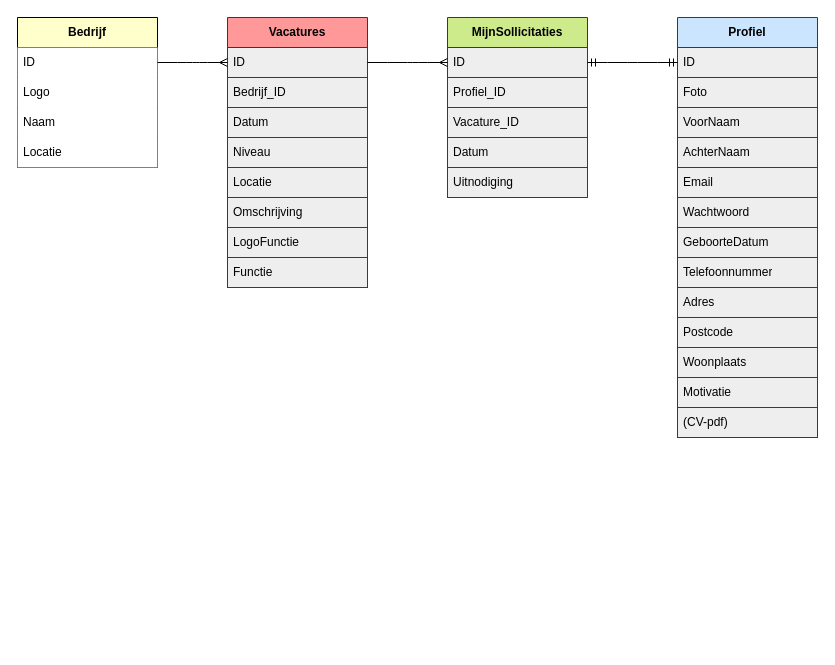
Before: documents/Design/VAC-ERD-Uitgewerkt-gegevensmodel-AS-v1.drawio in AaronSaya/educom-symfony-1690191754, a draw.io diagram. Source tidied: cells renumbered, new cells numbered last; positions are measured from the earlier drawing's top-left corner, leaving out a move shared by most shapes. Both pictures are drawn from the tidied source at 100%, with x=0, y=0 at pixel (17, 17).
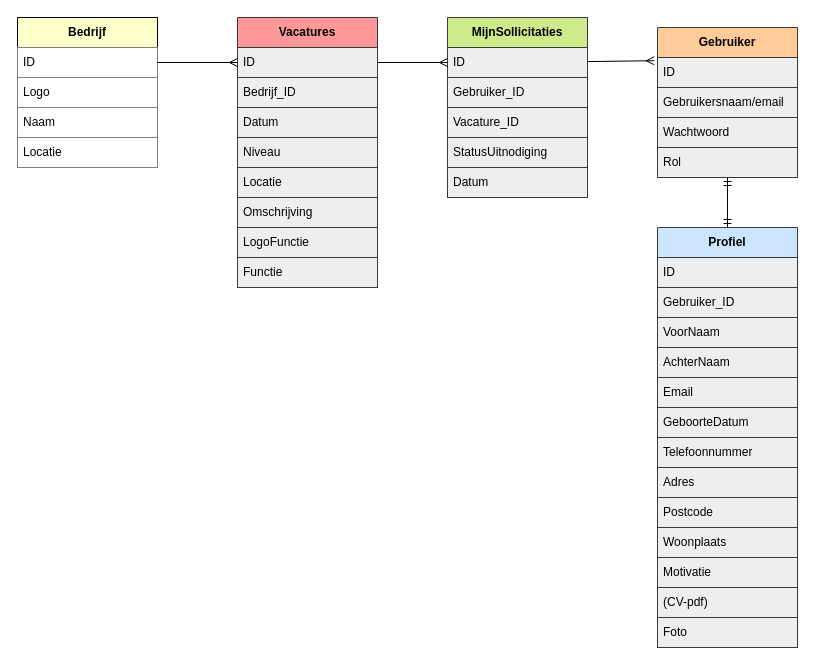
The same diagram, later.

Commit message (it also covers changes not shown here):
Gegevensmodel maken #2

The change refers to these unchanged cells:
```xml
<mxCell id="2" value="Bedrijf" style="swimlane;fontStyle=1;horizontal=1;startSize=30;whiteSpace=wrap;html=1;labelBackgroundColor=none;labelBorderColor=none;fontColor=#000000;rounded=0;arcSize=50;fillColor=#FFFFCC;" parent="1" vertex="1">
  <mxGeometry width="140" height="150" as="geometry" />
</mxCell>
<mxCell id="8" value="ID" style="text;strokeColor=#36393d;fillColor=#eeeeee;align=left;verticalAlign=middle;spacingLeft=4;spacingRight=4;overflow=hidden;points=[[0,0.5],[1,0.5]];portConstraint=eastwest;whiteSpace=wrap;html=1;rounded=0;labelBackgroundColor=none;labelBorderColor=none;fontColor=#000000;" parent="7" vertex="1">
  <mxGeometry y="30" width="140" height="30" as="geometry" />
</mxCell>
<mxCell id="22" value="ID" style="text;strokeColor=#36393d;fillColor=#eeeeee;align=left;verticalAlign=middle;spacingLeft=4;spacingRight=4;overflow=hidden;points=[[0,0.5],[1,0.5]];portConstraint=eastwest;whiteSpace=wrap;html=1;rounded=0;labelBackgroundColor=none;labelBorderColor=none;fontColor=#000000;" parent="21" vertex="1">
  <mxGeometry y="30" width="140" height="30" as="geometry" />
</mxCell>
<mxCell id="30" value="MijnSollicitaties" style="swimlane;fontStyle=1;horizontal=1;startSize=30;whiteSpace=wrap;html=1;rounded=0;labelBackgroundColor=none;labelBorderColor=none;fillColor=#cdeb8b;strokeColor=#36393d;fontColor=#000000;" parent="1" vertex="1">
  <mxGeometry x="430" width="140" height="180" as="geometry" />
</mxCell>
<mxCell id="31" value="ID" style="text;strokeColor=#36393d;fillColor=#eeeeee;align=left;verticalAlign=middle;spacingLeft=4;spacingRight=4;overflow=hidden;points=[[0,0.5],[1,0.5]];portConstraint=eastwest;whiteSpace=wrap;html=1;rounded=0;labelBackgroundColor=none;labelBorderColor=none;fontColor=#000000;" parent="30" vertex="1">
  <mxGeometry y="30" width="140" height="30" as="geometry" />
</mxCell>
```

Diff of the diagram source:
```diff
@@
-    <mxCell id="3" value="ID" style="text;strokeColor=none;fillColor=#FFFFFF;align=left;verticalAlign=middle;spacingLeft=4;spacingRight=4;overflow=hidden;points=[[0,0.5],[1,0.5]];portConstraint=eastwest;whiteSpace=wrap;html=1;labelBackgroundColor=none;labelBorderColor=none;rounded=0;fontColor=#000000;" parent="2" vertex="1">
+    <mxCell id="3" value="ID" style="text;strokeColor=#808080;fillColor=#FFFFFF;align=left;verticalAlign=middle;spacingLeft=4;spacingRight=4;overflow=hidden;points=[[0,0.5],[1,0.5]];portConstraint=eastwest;whiteSpace=wrap;html=1;labelBackgroundColor=none;labelBorderColor=none;rounded=0;fontColor=#000000;" parent="2" vertex="1">
       <mxGeometry y="30" width="140" height="30" as="geometry" />
     </mxCell>
-    <mxCell id="4" value="Logo" style="text;strokeColor=none;fillColor=#FFFFFF;align=left;verticalAlign=middle;spacingLeft=4;spacingRight=4;overflow=hidden;whiteSpace=wrap;html=1;labelBackgroundColor=none;labelBorderColor=none;fontColor=#000000;" parent="2" vertex="1">
+    <mxCell id="4" value="Logo" style="text;strokeColor=#808080;fillColor=#FFFFFF;align=left;verticalAlign=middle;spacingLeft=4;spacingRight=4;overflow=hidden;whiteSpace=wrap;html=1;labelBackgroundColor=none;labelBorderColor=none;fontColor=#000000;" parent="2" vertex="1">
       <mxGeometry y="60" width="140" height="30" as="geometry" />
     </mxCell>
-    <mxCell id="5" value="Naam" style="text;strokeColor=none;fillColor=#FFFFFF;align=left;verticalAlign=middle;spacingLeft=4;spacingRight=4;overflow=hidden;whiteSpace=wrap;html=1;labelBackgroundColor=none;labelBorderColor=none;fontColor=#000000;" parent="2" vertex="1">
+    <mxCell id="5" value="Naam" style="text;strokeColor=#808080;fillColor=#FFFFFF;align=left;verticalAlign=middle;spacingLeft=4;spacingRight=4;overflow=hidden;whiteSpace=wrap;html=1;labelBackgroundColor=none;labelBorderColor=none;fontColor=#000000;" parent="2" vertex="1">
       <mxGeometry y="90" width="140" height="30" as="geometry" />
     </mxCell>
-    <mxCell id="6" value="Locatie" style="text;strokeColor=none;fillColor=#FFFFFF;align=left;verticalAlign=middle;spacingLeft=4;spacingRight=4;overflow=hidden;whiteSpace=wrap;html=1;labelBackgroundColor=none;labelBorderColor=none;fontColor=#000000;" parent="2" vertex="1">
+    <mxCell id="6" value="Locatie" style="text;strokeColor=#808080;fillColor=#FFFFFF;align=left;verticalAlign=middle;spacingLeft=4;spacingRight=4;overflow=hidden;whiteSpace=wrap;html=1;labelBackgroundColor=none;labelBorderColor=none;fontColor=#000000;" parent="2" vertex="1">
       <mxGeometry y="120" width="140" height="30" as="geometry" />
     </mxCell>
     <mxCell id="7" value="Profiel" style="swimlane;fontStyle=1;horizontal=1;startSize=30;whiteSpace=wrap;html=1;rounded=0;labelBackgroundColor=none;labelBorderColor=none;fillColor=#cce5ff;strokeColor=#36393d;fontColor=#000000;" parent="1" vertex="1">
-      <mxGeometry x="660" width="140" height="420" as="geometry" />
+      <mxGeometry x="640" y="210" width="140" height="420" as="geometry" />
     </mxCell>
@@
-    <mxCell id="9" value="Foto" style="text;strokeColor=#36393d;fillColor=#eeeeee;align=left;verticalAlign=middle;spacingLeft=4;spacingRight=4;overflow=hidden;whiteSpace=wrap;html=1;rounded=0;labelBackgroundColor=none;labelBorderColor=none;fontColor=#000000;" parent="7" vertex="1">
+    <mxCell id="9" value="Gebruiker_ID" style="text;strokeColor=#36393d;fillColor=#eeeeee;align=left;verticalAlign=middle;spacingLeft=4;spacingRight=4;overflow=hidden;whiteSpace=wrap;html=1;rounded=0;labelBackgroundColor=none;labelBorderColor=none;fontColor=#000000;" parent="7" vertex="1">
       <mxGeometry y="60" width="140" height="30" as="geometry" />
     </mxCell>
@@
-    <mxCell id="13" value="Wachtwoord" style="text;strokeColor=#36393d;fillColor=#eeeeee;align=left;verticalAlign=middle;spacingLeft=4;spacingRight=4;overflow=hidden;whiteSpace=wrap;html=1;rounded=0;labelBackgroundColor=none;labelBorderColor=none;fontColor=#000000;" parent="7" vertex="1">
-      <mxGeometry y="180" width="140" height="30" as="geometry" />
-    </mxCell>
     <mxCell id="14" value="GeboorteDatum" style="text;strokeColor=#36393d;fillColor=#eeeeee;align=left;verticalAlign=middle;spacingLeft=4;spacingRight=4;overflow=hidden;whiteSpace=wrap;html=1;rounded=0;labelBackgroundColor=none;labelBorderColor=none;fontColor=#000000;" parent="7" vertex="1">
-      <mxGeometry y="210" width="140" height="30" as="geometry" />
+      <mxGeometry y="180" width="140" height="30" as="geometry" />
     </mxCell>
     <mxCell id="15" value="Telefoonnummer" style="text;strokeColor=#36393d;fillColor=#eeeeee;align=left;verticalAlign=middle;spacingLeft=4;spacingRight=4;overflow=hidden;whiteSpace=wrap;html=1;rounded=0;labelBackgroundColor=none;labelBorderColor=none;fontColor=#000000;" parent="7" vertex="1">
-      <mxGeometry y="240" width="140" height="30" as="geometry" />
+      <mxGeometry y="210" width="140" height="30" as="geometry" />
     </mxCell>
     <mxCell id="16" value="Adres" style="text;strokeColor=#36393d;fillColor=#eeeeee;align=left;verticalAlign=middle;spacingLeft=4;spacingRight=4;overflow=hidden;whiteSpace=wrap;html=1;rounded=0;labelBackgroundColor=none;labelBorderColor=none;fontColor=#000000;" parent="7" vertex="1">
-      <mxGeometry y="270" width="140" height="30" as="geometry" />
+      <mxGeometry y="240" width="140" height="30" as="geometry" />
     </mxCell>
     <mxCell id="17" value="Postcode" style="text;strokeColor=#36393d;fillColor=#eeeeee;align=left;verticalAlign=middle;spacingLeft=4;spacingRight=4;overflow=hidden;whiteSpace=wrap;html=1;rounded=0;labelBackgroundColor=none;labelBorderColor=none;fontColor=#000000;" parent="7" vertex="1">
-      <mxGeometry y="300" width="140" height="30" as="geometry" />
+      <mxGeometry y="270" width="140" height="30" as="geometry" />
     </mxCell>
     <mxCell id="18" value="Woonplaats" style="text;strokeColor=#36393d;fillColor=#eeeeee;align=left;verticalAlign=middle;spacingLeft=4;spacingRight=4;overflow=hidden;whiteSpace=wrap;html=1;rounded=0;labelBackgroundColor=none;labelBorderColor=none;fontColor=#000000;" parent="7" vertex="1">
-      <mxGeometry y="330" width="140" height="30" as="geometry" />
+      <mxGeometry y="300" width="140" height="30" as="geometry" />
     </mxCell>
     <mxCell id="19" value="Motivatie" style="text;strokeColor=#36393d;fillColor=#eeeeee;align=left;verticalAlign=middle;spacingLeft=4;spacingRight=4;overflow=hidden;whiteSpace=wrap;html=1;rounded=0;labelBackgroundColor=none;labelBorderColor=none;fontColor=#000000;" parent="7" vertex="1">
-      <mxGeometry y="360" width="140" height="30" as="geometry" />
+      <mxGeometry y="330" width="140" height="30" as="geometry" />
     </mxCell>
     <mxCell id="20" value="(CV-pdf)" style="text;strokeColor=#36393d;fillColor=#eeeeee;align=left;verticalAlign=middle;spacingLeft=4;spacingRight=4;overflow=hidden;whiteSpace=wrap;html=1;rounded=0;labelBackgroundColor=none;labelBorderColor=none;fontColor=#000000;" parent="7" vertex="1">
-      <mxGeometry y="390" width="140" height="30" as="geometry" />
+      <mxGeometry y="360" width="140" height="30" as="geometry" />
     </mxCell>
+    <mxCell id="39" value="Foto" style="text;strokeColor=#36393d;fillColor=#eeeeee;align=left;verticalAlign=middle;spacingLeft=4;spacingRight=4;overflow=hidden;whiteSpace=wrap;html=1;rounded=0;labelBackgroundColor=none;labelBorderColor=none;fontColor=#000000;" parent="7" vertex="1">
+      <mxGeometry y="390" width="140" height="30" as="geometry" />
+    </mxCell>
     <mxCell id="21" value="Vacatures" style="swimlane;fontStyle=1;horizontal=1;startSize=30;whiteSpace=wrap;html=1;rounded=0;labelBackgroundColor=none;labelBorderColor=none;fillColor=#FF9999;strokeColor=#36393d;fontColor=#000000;" parent="1" vertex="1">
-      <mxGeometry x="210" width="140" height="270" as="geometry" />
+      <mxGeometry x="220" width="140" height="270" as="geometry" />
     </mxCell>
@@
-    <mxCell id="32" value="Profiel_ID" style="text;strokeColor=#36393d;fillColor=#eeeeee;align=left;verticalAlign=middle;spacingLeft=4;spacingRight=4;overflow=hidden;whiteSpace=wrap;html=1;rounded=0;labelBackgroundColor=none;labelBorderColor=none;fontColor=#000000;" parent="30" vertex="1">
+    <mxCell id="32" value="Gebruiker_ID" style="text;strokeColor=#36393d;fillColor=#eeeeee;align=left;verticalAlign=middle;spacingLeft=4;spacingRight=4;overflow=hidden;whiteSpace=wrap;html=1;rounded=0;labelBackgroundColor=none;labelBorderColor=none;fontColor=#000000;" parent="30" vertex="1">
       <mxGeometry y="60" width="140" height="30" as="geometry" />
     </mxCell>
@@
+    <mxCell id="35" value="StatusUitnodiging" style="text;strokeColor=#36393d;fillColor=#eeeeee;align=left;verticalAlign=middle;spacingLeft=4;spacingRight=4;overflow=hidden;whiteSpace=wrap;html=1;rounded=0;labelBackgroundColor=none;labelBorderColor=none;fontColor=#000000;" parent="30" vertex="1">
+      <mxGeometry y="120" width="140" height="30" as="geometry" />
+    </mxCell>
     <mxCell id="34" value="Datum" style="text;strokeColor=#36393d;fillColor=#eeeeee;align=left;verticalAlign=middle;spacingLeft=4;spacingRight=4;overflow=hidden;whiteSpace=wrap;html=1;rounded=0;labelBackgroundColor=none;labelBorderColor=none;fontColor=#000000;" parent="30" vertex="1">
-      <mxGeometry y="120" width="140" height="30" as="geometry" />
+      <mxGeometry y="150" width="140" height="30" as="geometry" />
     </mxCell>
-    <mxCell id="35" value="Uitnodiging" style="text;strokeColor=#36393d;fillColor=#eeeeee;align=left;verticalAlign=middle;spacingLeft=4;spacingRight=4;overflow=hidden;whiteSpace=wrap;html=1;rounded=0;labelBackgroundColor=none;labelBorderColor=none;fontColor=#000000;" parent="30" vertex="1">
-      <mxGeometry y="150" width="140" height="30" as="geometry" />
-    </mxCell>
+    <mxCell id="40" style="edgeStyle=none;html=1;entryX=0.5;entryY=0;entryDx=0;entryDy=0;strokeColor=#000000;endArrow=ERmandOne;endFill=0;startArrow=ERmandOne;startFill=0;" parent="1" edge="1" target="7">
+      <mxGeometry relative="1" as="geometry">
+        <mxPoint x="710" y="160" as="sourcePoint" />
+      </mxGeometry>
+    </mxCell>
+    <mxCell id="41" value="Gebruiker" style="swimlane;fontStyle=1;horizontal=1;startSize=30;whiteSpace=wrap;html=1;rounded=0;labelBackgroundColor=none;labelBorderColor=none;fillColor=#FFCC99;strokeColor=#36393d;fontColor=#000000;" parent="1" vertex="1">
+      <mxGeometry x="640" y="10" width="140" height="150" as="geometry" />
+    </mxCell>
+    <mxCell id="42" value="ID" style="text;strokeColor=#36393d;fillColor=#eeeeee;align=left;verticalAlign=middle;spacingLeft=4;spacingRight=4;overflow=hidden;points=[[0,0.5],[1,0.5]];portConstraint=eastwest;whiteSpace=wrap;html=1;rounded=0;labelBackgroundColor=none;labelBorderColor=none;fontColor=#000000;" parent="41" vertex="1">
+      <mxGeometry y="30" width="140" height="30" as="geometry" />
+    </mxCell>
+    <mxCell id="43" value="Gebruikersnaam/email" style="text;strokeColor=#36393d;fillColor=#eeeeee;align=left;verticalAlign=middle;spacingLeft=4;spacingRight=4;overflow=hidden;whiteSpace=wrap;html=1;rounded=0;labelBackgroundColor=none;labelBorderColor=none;fontColor=#000000;" parent="41" vertex="1">
+      <mxGeometry y="60" width="140" height="30" as="geometry" />
+    </mxCell>
+    <mxCell id="13" value="Wachtwoord" style="text;strokeColor=#36393d;fillColor=#eeeeee;align=left;verticalAlign=middle;spacingLeft=4;spacingRight=4;overflow=hidden;whiteSpace=wrap;html=1;rounded=0;labelBackgroundColor=none;labelBorderColor=none;fontColor=#000000;" parent="41" vertex="1">
+      <mxGeometry y="90" width="140" height="30" as="geometry" />
+    </mxCell>
+    <mxCell id="44" value="Rol" style="text;strokeColor=#36393d;fillColor=#eeeeee;align=left;verticalAlign=middle;spacingLeft=4;spacingRight=4;overflow=hidden;whiteSpace=wrap;html=1;rounded=0;labelBackgroundColor=none;labelBorderColor=none;fontColor=#000000;" parent="41" vertex="1">
+      <mxGeometry y="120" width="140" height="30" as="geometry" />
+    </mxCell>
-    <mxCell id="36" style="edgeStyle=entityRelationEdgeStyle;fontSize=12;html=1;endArrow=ERmany;fontColor=#FFFFFF;exitX=1;exitY=0.5;exitDx=0;exitDy=0;entryX=0;entryY=0.5;entryDx=0;entryDy=0;" parent="1" edge="1" source="3" target="22">
+    <mxCell id="36" style="edgeStyle=none;html=1;entryX=0;entryY=0.5;entryDx=0;entryDy=0;strokeColor=#000000;endArrow=ERmany;endFill=0;" parent="1" edge="1" source="3" target="22">
       <mxGeometry relative="1" as="geometry" />
     </mxCell>
-    <mxCell id="37" style="edgeStyle=entityRelationEdgeStyle;fontSize=12;html=1;endArrow=ERmandOne;startArrow=ERmandOne;fontColor=#FFFFFF;entryX=0;entryY=0.5;entryDx=0;entryDy=0;exitX=1;exitY=0.25;exitDx=0;exitDy=0;" parent="1" edge="1" source="30" target="8">
-      <mxGeometry relative="1" as="geometry" />
-    </mxCell>
-    <mxCell id="38" style="edgeStyle=entityRelationEdgeStyle;fontSize=12;html=1;endArrow=ERmany;fontColor=#FFFFFF;exitX=1;exitY=0.5;exitDx=0;exitDy=0;entryX=0;entryY=0.5;entryDx=0;entryDy=0;" parent="1" edge="1" source="22" target="31">
-      <mxGeometry relative="1" as="geometry" />
-    </mxCell>
+    <mxCell id="45" style="edgeStyle=none;html=1;strokeColor=#000000;endArrow=ERmany;endFill=0;" parent="1" edge="1" source="22">
+      <mxGeometry relative="1" as="geometry">
+        <mxPoint x="430" y="45" as="targetPoint" />
+      </mxGeometry>
+    </mxCell>
+    <mxCell id="46" style="edgeStyle=none;html=1;entryX=-0.023;entryY=0.107;entryDx=0;entryDy=0;entryPerimeter=0;strokeColor=#000000;endArrow=ERmany;endFill=0;" parent="1" edge="1" source="31" target="42">
+      <mxGeometry relative="1" as="geometry" />
+    </mxCell>
```
